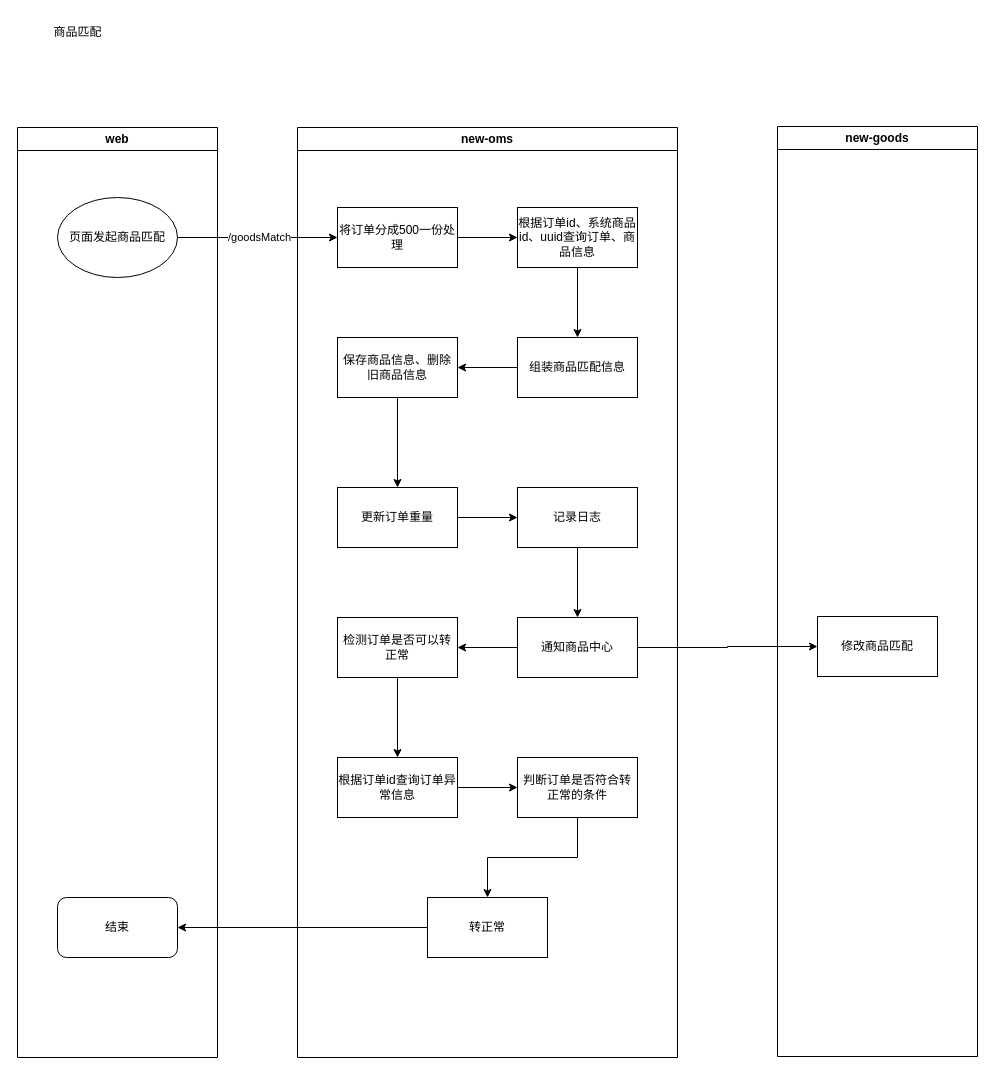
Above: 商品匹配.drawio in bian0814/draw.io (draw.io), before the change. Source tidied: cells renumbered, new cells numbered last; positions are measured from the earlier drawing's top-left corner, leaving out a move shared by most shapes. Both pictures are drawn from the tidied source at 100%, with x=0, y=0 at pixel (17, 17).
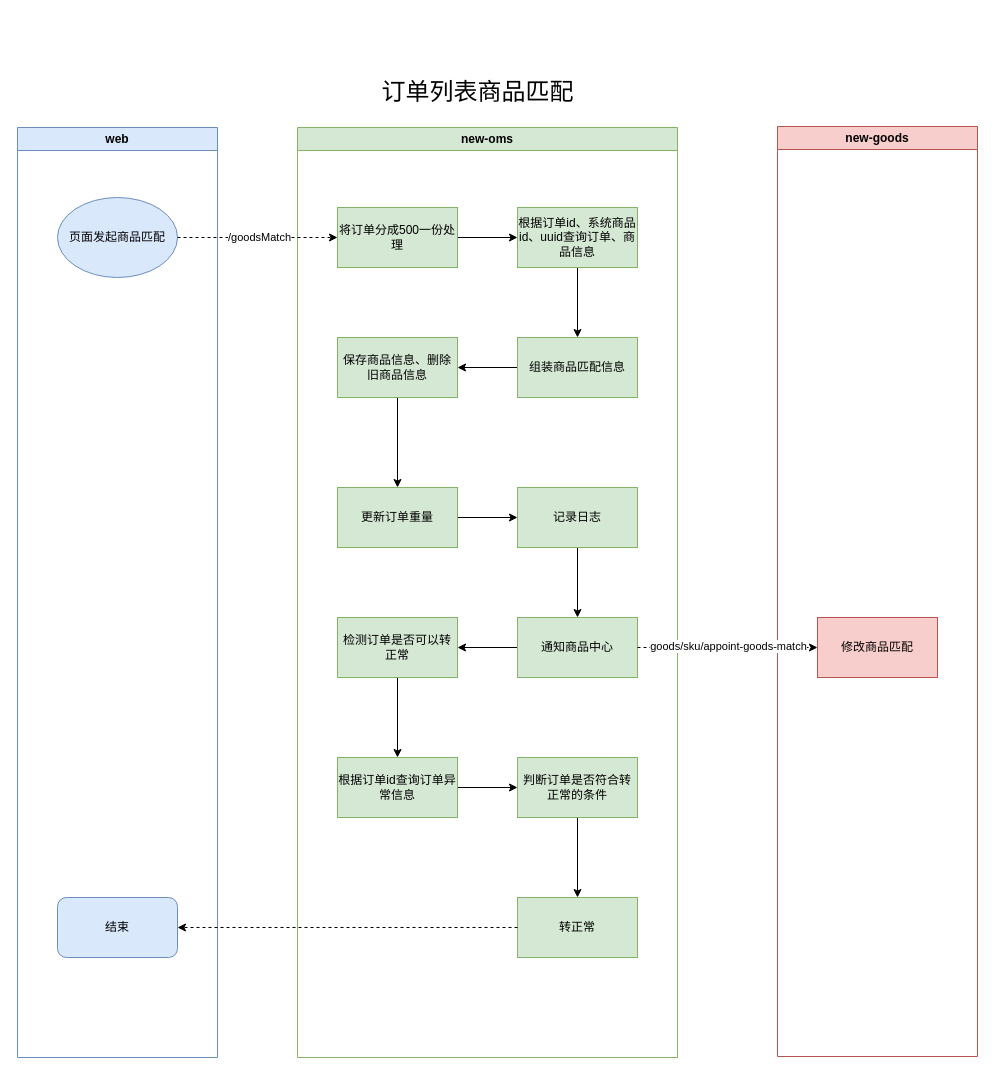
The same diagram, later.

Commit message (it also covers changes not shown here):
更新商品匹配.drawio

Change to the diagram source:
```diff
@@
-    <mxCell id="2" value="商品匹配" style="text;html=1;align=center;verticalAlign=middle;strokeColor=none;fillColor=none;" parent="1" vertex="1">
-      <mxGeometry x="25" width="70" height="30" as="geometry" />
+    <mxCell id="2" value="&lt;font style=&quot;font-size: 24px;&quot;&gt;订单列表商品匹配&lt;/font&gt;" style="text;html=1;align=center;verticalAlign=middle;strokeColor=none;fillColor=none;" parent="1" vertex="1">
+      <mxGeometry x="350" y="55" width="220" height="40" as="geometry" />
     </mxCell>
-    <mxCell id="3" value="web" style="swimlane;whiteSpace=wrap;html=1;" parent="1" vertex="1">
+    <mxCell id="3" value="web" style="swimlane;whiteSpace=wrap;html=1;fillColor=#dae8fc;strokeColor=#6c8ebf;" parent="1" vertex="1">
       <mxGeometry y="110" width="200" height="930" as="geometry" />
     </mxCell>
-    <mxCell id="4" value="页面发起商品匹配" style="ellipse;whiteSpace=wrap;html=1;" parent="3" vertex="1">
+    <mxCell id="4" value="页面发起商品匹配" style="ellipse;whiteSpace=wrap;html=1;fillColor=#dae8fc;strokeColor=#6c8ebf;" parent="3" vertex="1">
       <mxGeometry x="40" y="70" width="120" height="80" as="geometry" />
     </mxCell>
-    <mxCell id="5" value="结束" style="rounded=1;whiteSpace=wrap;html=1;" parent="3" vertex="1">
+    <mxCell id="5" value="结束" style="rounded=1;whiteSpace=wrap;html=1;fillColor=#dae8fc;strokeColor=#6c8ebf;" parent="3" vertex="1">
       <mxGeometry x="40" y="770" width="120" height="60" as="geometry" />
     </mxCell>
-    <mxCell id="6" value="new-oms" style="swimlane;whiteSpace=wrap;html=1;" parent="1" vertex="1">
+    <mxCell id="6" value="new-oms" style="swimlane;whiteSpace=wrap;html=1;fillColor=#d5e8d4;strokeColor=#82b366;" parent="1" vertex="1">
       <mxGeometry x="280" y="110" width="380" height="930" as="geometry" />
     </mxCell>
@@
-    <mxCell id="8" value="将订单分成500一份处理" style="whiteSpace=wrap;html=1;" parent="6" vertex="1">
+    <mxCell id="8" value="将订单分成500一份处理" style="whiteSpace=wrap;html=1;fillColor=#d5e8d4;strokeColor=#82b366;" parent="6" vertex="1">
       <mxGeometry x="40" y="80" width="120" height="60" as="geometry" />
     </mxCell>
@@
-    <mxCell id="10" value="根据订单id、系统商品id、uuid查询订单、商品信息" style="whiteSpace=wrap;html=1;" parent="6" vertex="1">
+    <mxCell id="10" value="根据订单id、系统商品id、uuid查询订单、商品信息" style="whiteSpace=wrap;html=1;fillColor=#d5e8d4;strokeColor=#82b366;" parent="6" vertex="1">
       <mxGeometry x="220" y="80" width="120" height="60" as="geometry" />
     </mxCell>
@@
-    <mxCell id="12" value="组装商品匹配信息" style="whiteSpace=wrap;html=1;" parent="6" vertex="1">
+    <mxCell id="12" value="组装商品匹配信息" style="whiteSpace=wrap;html=1;fillColor=#d5e8d4;strokeColor=#82b366;" parent="6" vertex="1">
       <mxGeometry x="220" y="210" width="120" height="60" as="geometry" />
     </mxCell>
@@
-    <mxCell id="14" value="保存商品信息、删除旧商品信息" style="whiteSpace=wrap;html=1;" parent="6" vertex="1">
+    <mxCell id="14" value="保存商品信息、删除旧商品信息" style="whiteSpace=wrap;html=1;fillColor=#d5e8d4;strokeColor=#82b366;" parent="6" vertex="1">
       <mxGeometry x="40" y="210" width="120" height="60" as="geometry" />
     </mxCell>
@@
-    <mxCell id="16" value="更新订单重量" style="whiteSpace=wrap;html=1;" parent="6" vertex="1">
+    <mxCell id="16" value="更新订单重量" style="whiteSpace=wrap;html=1;fillColor=#d5e8d4;strokeColor=#82b366;" parent="6" vertex="1">
       <mxGeometry x="40" y="360" width="120" height="60" as="geometry" />
     </mxCell>
@@
-    <mxCell id="18" value="记录日志" style="whiteSpace=wrap;html=1;" parent="6" vertex="1">
+    <mxCell id="18" value="记录日志" style="whiteSpace=wrap;html=1;fillColor=#d5e8d4;strokeColor=#82b366;" parent="6" vertex="1">
       <mxGeometry x="220" y="360" width="120" height="60" as="geometry" />
     </mxCell>
@@
-    <mxCell id="20" value="通知商品中心" style="whiteSpace=wrap;html=1;" parent="6" vertex="1">
+    <mxCell id="20" value="通知商品中心" style="whiteSpace=wrap;html=1;fillColor=#d5e8d4;strokeColor=#82b366;" parent="6" vertex="1">
       <mxGeometry x="220" y="490" width="120" height="60" as="geometry" />
     </mxCell>
@@
-    <mxCell id="22" value="检测订单是否可以转正常" style="whiteSpace=wrap;html=1;" parent="6" vertex="1">
+    <mxCell id="22" value="检测订单是否可以转正常" style="whiteSpace=wrap;html=1;fillColor=#d5e8d4;strokeColor=#82b366;" parent="6" vertex="1">
       <mxGeometry x="40" y="490" width="120" height="60" as="geometry" />
     </mxCell>
@@
-    <mxCell id="24" value="根据订单id查询订单异常信息" style="whiteSpace=wrap;html=1;" parent="6" vertex="1">
+    <mxCell id="24" value="根据订单id查询订单异常信息" style="whiteSpace=wrap;html=1;fillColor=#d5e8d4;strokeColor=#82b366;" parent="6" vertex="1">
       <mxGeometry x="40" y="630" width="120" height="60" as="geometry" />
     </mxCell>
@@
-    <mxCell id="26" value="判断订单是否符合转正常的条件" style="whiteSpace=wrap;html=1;" parent="6" vertex="1">
+    <mxCell id="26" value="判断订单是否符合转正常的条件" style="whiteSpace=wrap;html=1;fillColor=#d5e8d4;strokeColor=#82b366;" parent="6" vertex="1">
       <mxGeometry x="220" y="630" width="120" height="60" as="geometry" />
     </mxCell>
-    <mxCell id="27" value="转正常" style="whiteSpace=wrap;html=1;" parent="6" vertex="1">
-      <mxGeometry x="130" y="770" width="120" height="60" as="geometry" />
+    <mxCell id="27" value="转正常" style="whiteSpace=wrap;html=1;fillColor=#d5e8d4;strokeColor=#82b366;" parent="6" vertex="1">
+      <mxGeometry x="220" y="770" width="120" height="60" as="geometry" />
     </mxCell>
-    <mxCell id="28" value="new-goods" style="swimlane;whiteSpace=wrap;html=1;" parent="1" vertex="1">
+    <mxCell id="28" value="new-goods" style="swimlane;whiteSpace=wrap;html=1;fillColor=#f8cecc;strokeColor=#b85450;" parent="1" vertex="1">
       <mxGeometry x="760" y="109" width="200" height="930" as="geometry" />
     </mxCell>
-    <mxCell id="29" value="修改商品匹配" style="whiteSpace=wrap;html=1;" parent="28" vertex="1">
-      <mxGeometry x="40" y="490" width="120" height="60" as="geometry" />
+    <mxCell id="29" value="修改商品匹配" style="whiteSpace=wrap;html=1;fillColor=#f8cecc;strokeColor=#b85450;" parent="28" vertex="1">
+      <mxGeometry x="40" y="491" width="120" height="60" as="geometry" />
     </mxCell>
-    <mxCell id="30" style="edgeStyle=orthogonalEdgeStyle;rounded=0;jettySize=auto;html=1;" parent="1" edge="1" source="4" target="8">
+    <mxCell id="30" style="edgeStyle=orthogonalEdgeStyle;rounded=0;jettySize=auto;html=1;dashed=1;" parent="1" edge="1" source="4" target="8">
       <mxGeometry relative="1" as="geometry" />
     </mxCell>
@@
-    <mxCell id="32" style="edgeStyle=orthogonalEdgeStyle;rounded=0;jettySize=auto;html=1;" parent="1" edge="1" source="20" target="29">
+    <mxCell id="32" style="edgeStyle=orthogonalEdgeStyle;rounded=0;jettySize=auto;html=1;dashed=1;" parent="1" edge="1" source="20" target="29">
       <mxGeometry relative="1" as="geometry" />
     </mxCell>
+    <mxCell id="34" value="goods/sku/appoint-goods-match" style="edgeLabel;html=1;align=center;verticalAlign=middle;" parent="32" vertex="1">
+      <mxGeometry y="2" relative="1" as="geometry" />
+    </mxCell>
-    <mxCell id="33" style="edgeStyle=orthogonalEdgeStyle;rounded=0;jettySize=auto;html=1;" parent="1" edge="1" source="27" target="5">
+    <mxCell id="33" style="edgeStyle=orthogonalEdgeStyle;rounded=0;jettySize=auto;html=1;dashed=1;" parent="1" edge="1" source="27" target="5">
       <mxGeometry relative="1" as="geometry" />
     </mxCell>
```
